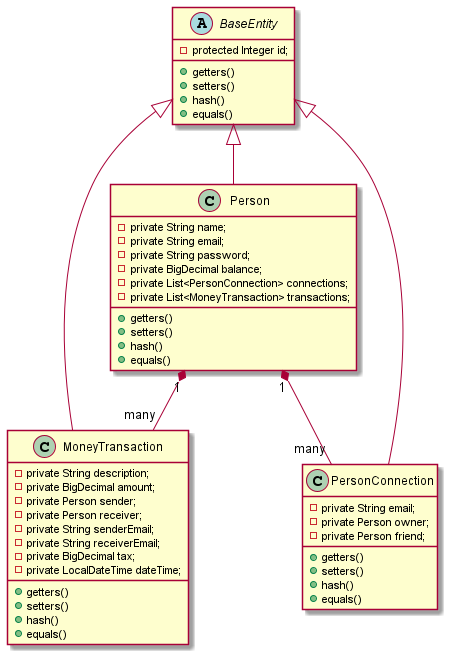
The PlantUML diagram class_diagram.png in senichek/paymybuddy, before a commit. Source of this version:
```plantuml
@startuml name PayMyBuddy
abstract class BaseEntity {
    -protected Integer id;
    +getters()
    +setters()
    +hash()
    +equals()
}

class Person {
    -private String name;
    -private String email;
    -private String password;
    -private BigDecimal balance;
    -private List<PersonConnection> connections;
    -private List<MoneyTransaction> transactions;
    +getters()
    +setters()
    +hash()
    +equals()
}

class MoneyTransaction {
    -private String description;
    -private BigDecimal amount;
    -private Person sender;
    -private Person receiver;
    -private String senderEmail;
    -private String receiverEmail;
    -private BigDecimal tax;
    -private LocalDateTime dateTime;
    +getters()
    +setters()
    +hash()
    +equals()
}

class PersonConnection {
    -private String email;
    -private Person owner;
    -private Person friend;
    +getters()
    +setters()
    +hash()
    +equals()
}

BaseEntity <|-- Person
BaseEntity <|-- MoneyTransaction
BaseEntity <|-- PersonConnection

Person "1" *-- "many" MoneyTransaction
Person "1" *-- "many" PersonConnection
@enduml
```
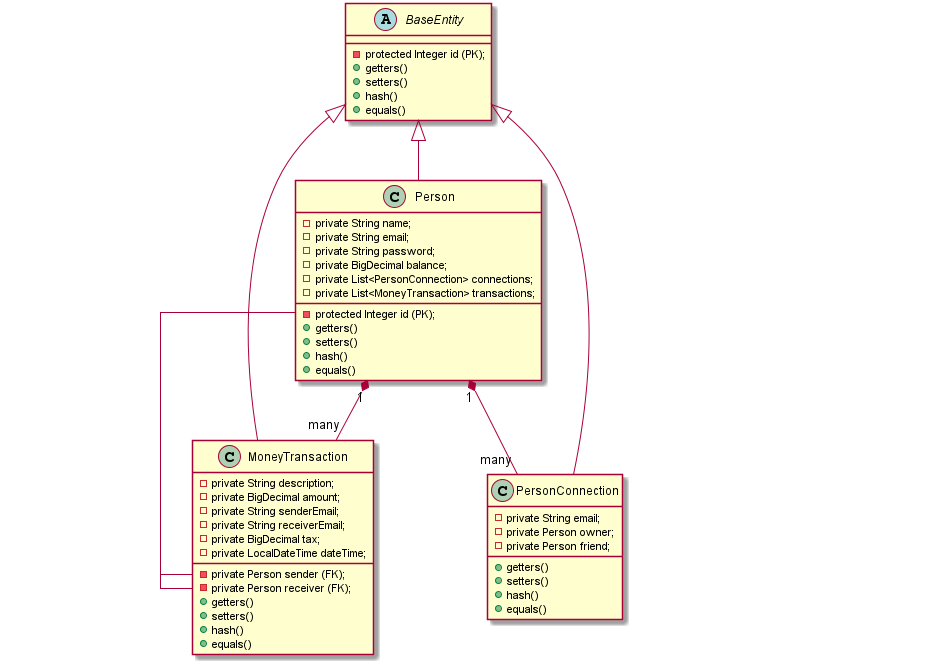
After the change.

Commit message:
Added FK to class diagram

What changed in the source:
```diff
@@ -1,6 +1,6 @@
 @startuml name PayMyBuddy
 abstract class BaseEntity {
-    -protected Integer id;
+    -protected Integer id (PK);
     +getters()
     +setters()
     +hash()
@@ -8,6 +8,7 @@
 }
 
 class Person {
+    -private Integer ID (PK);
     -private String name;
     -private String email;
     -private String password;
@@ -23,8 +24,8 @@
 class MoneyTransaction {
     -private String description;
     -private BigDecimal amount;
-    -private Person sender;
-    -private Person receiver;
+    -private Person sender (FK);
+    -private Person receiver (FK);
     -private String senderEmail;
     -private String receiverEmail;
     -private BigDecimal tax;
```
